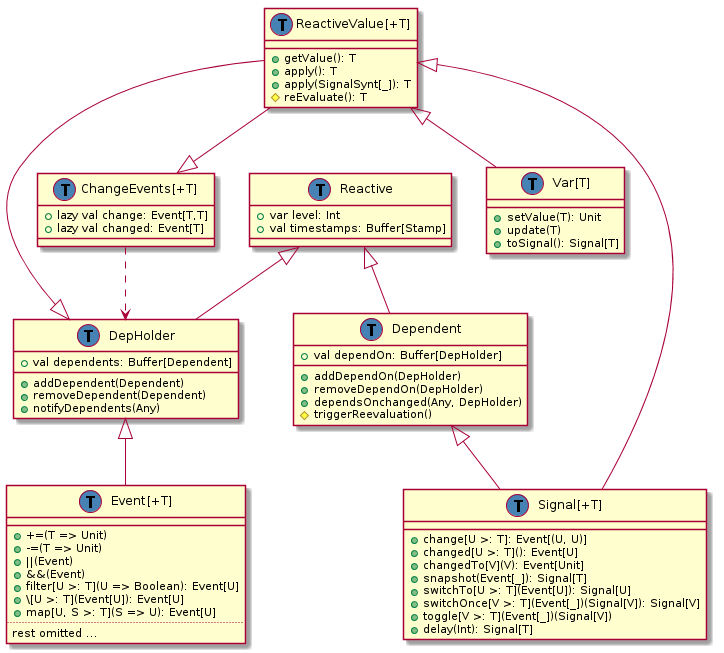
Above: doc/class-hierarchy/post-refactoring-may-14.png in rescala-lang/REScala (PlantUML), before the change.
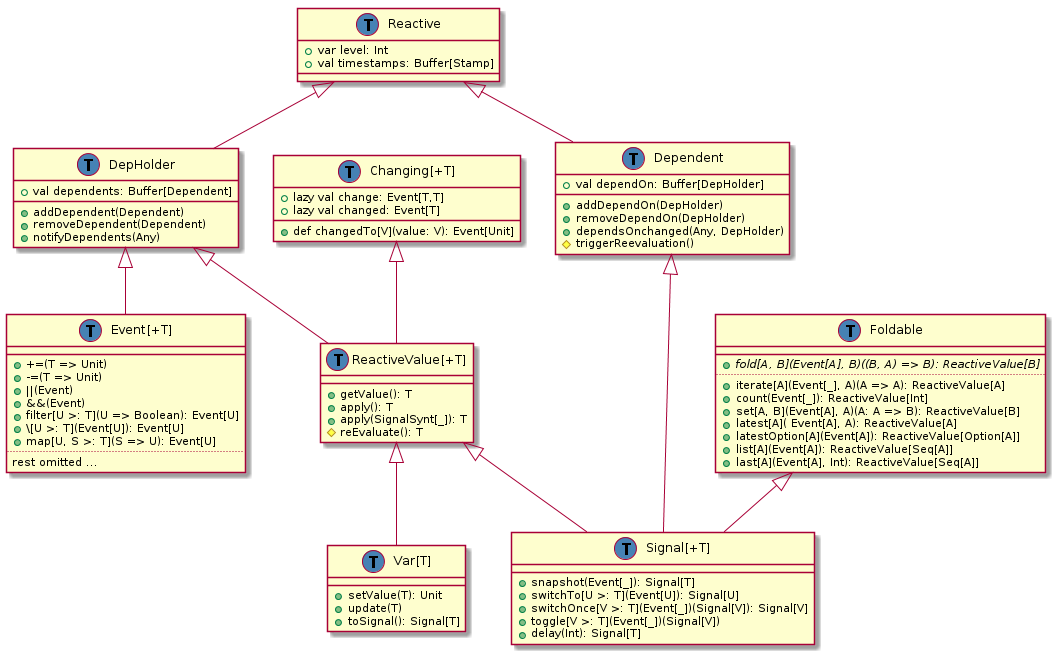
Above is the later version.

Commit message:
Introduce Foldable trait and update UML

What changed in the source:
```diff
@@ -4,20 +4,24 @@
   +val timestamps: Buffer[Stamp]
 }
 
-class DepHolder extends Reactive {
+class DepHolder {
   +val dependents: Buffer[Dependent]
   __
   +addDependent(Dependent)
   +removeDependent(Dependent)
   +notifyDependents(Any)
 }
+Reactive <|-- DepHolder
 
-class "ChangeEvents[+T]" as ChangeEvents {
-  +lazy val change: Event[T,T]
-  +lazy val changed: Event[T]
+class Dependent {
+  +val dependOn: Buffer[DepHolder]
   __
+  +addDependOn(DepHolder)
+  +removeDependOn(DepHolder)
+  +dependsOnchanged(Any, DepHolder)
+  #triggerReevaluation()
 }
-ChangeEvents ..> DepHolder
+Reactive <|-- Dependent
 
 class "ReactiveValue[+T]" as ReactiveValue {
   +getValue(): T
@@ -25,17 +29,7 @@
   +apply(SignalSynt[_]): T
   #reEvaluate(): T
 }
-ReactiveValue --|> ChangeEvents
-ReactiveValue --|> DepHolder
-
-class Dependent extends Reactive {
-  +val dependOn: Buffer[DepHolder]
-  __
-  +addDependOn(DepHolder)
-  +removeDependOn(DepHolder)
-  +dependsOnchanged(Any, DepHolder)
-  #triggerReevaluation()
-}
+DepHolder <|-- ReactiveValue
 
 class "Var[T]" as Var {
   __
@@ -43,25 +37,21 @@
   +update(T)
   +toSignal(): Signal[T]
 }
-
 ReactiveValue <|-- Var
 
 class "Signal[+T]" as Signal {
   __
-  +change[U >: T]: Event[(U, U)]
-  +changed[U >: T](): Event[U]
-  +changedTo[V](V): Event[Unit]
   +snapshot(Event[_]): Signal[T]
   +switchTo[U >: T](Event[U]): Signal[U]
   +switchOnce[V >: T](Event[_])(Signal[V]): Signal[V]
   +toggle[V >: T](Event[_])(Signal[V])
   +delay(Int): Signal[T]
 }
-
 Dependent <|-- Signal
 ReactiveValue <|-- Signal
+Foldable <|-- Signal
 
-class "Event[+T]" as Event extends DepHolder {
+class "Event[+T]" as Event {
   __
   ++=(T => Unit)
   +-=(T => Unit)
@@ -73,6 +63,28 @@
   ..
   rest omitted ...
 }
+DepHolder <|-- Event
+
+class Foldable {
+  __
+  + {abstract} fold[A, B](Event[A], B)((B, A) => B): ReactiveValue[B]
+  ..
+  +iterate[A](Event[_], A)(A => A): ReactiveValue[A]
+  +count(Event[_]): ReactiveValue[Int]
+  +set[A, B](Event[A], A)(A: A => B): ReactiveValue[B]
+  +latest[A]( Event[A], A): ReactiveValue[A]
+  +latestOption[A](Event[A]): ReactiveValue[Option[A]]
+  +list[A](Event[A]): ReactiveValue[Seq[A]]
+  +last[A](Event[A], Int): ReactiveValue[Seq[A]]
+}
+
+class "Changing[+T]" as Changing {
+  +lazy val change: Event[T,T]
+  +lazy val changed: Event[T]
+  __
+  +def changedTo[V](value: V): Event[Unit]
+}
+Changing <|-- ReactiveValue
 
 class Signal << (T,#4682b4) >>
 class Var << (T,#4682b4) >>
@@ -81,5 +93,6 @@
 class Reactive << (T,#4682b4) >>
 class Event << (T,#4682b4) >>
 class ReactiveValue << (T,#4682b4) >>
-class ChangeEvents << (T,#4682b4) >>
+class Changing << (T,#4682b4) >>
+class Foldable << (T,#4682b4) >>
 @enduml
```
